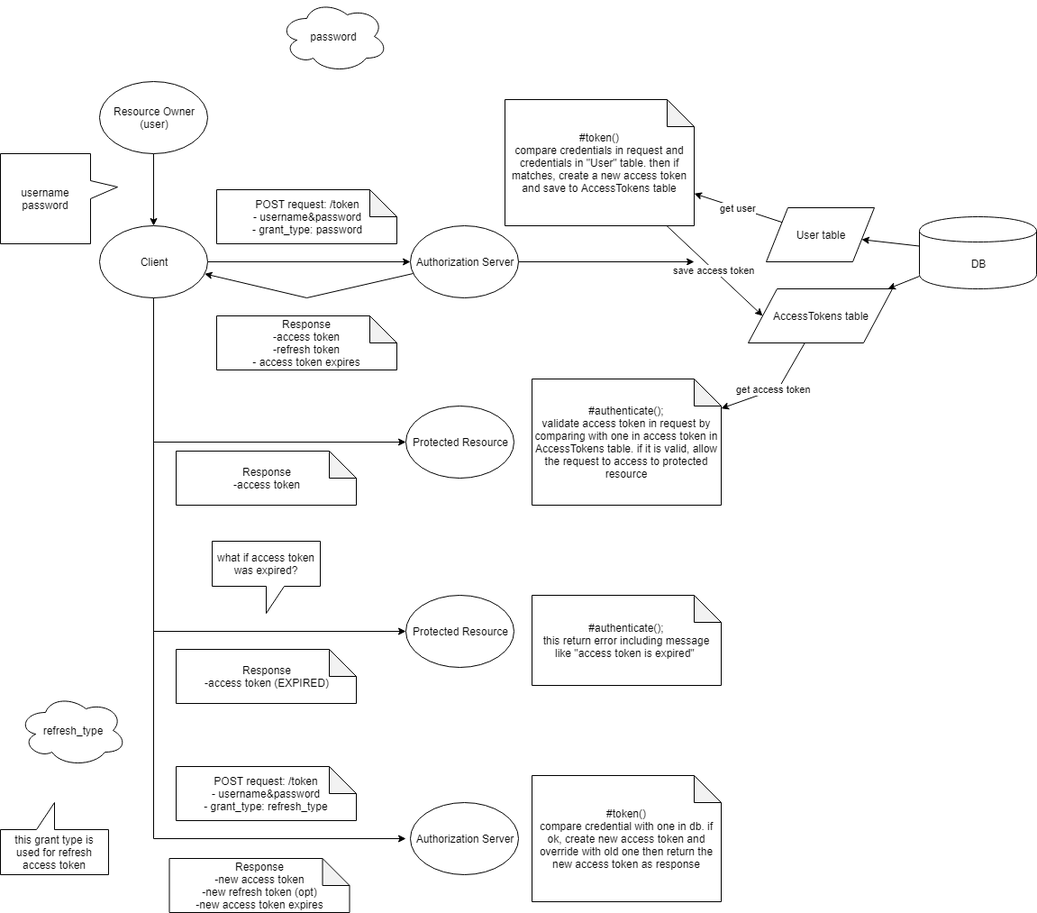
stsiwo/OAuth_protocol_concept keeps this draw.io diagram as password_and_refresh_grant_type_flow.png. Above is the earlier version. Source tidied: cells renumbered, new cells last; positions are measured from the earlier drawing's top-left corner, leaving out a move shared by most shapes.
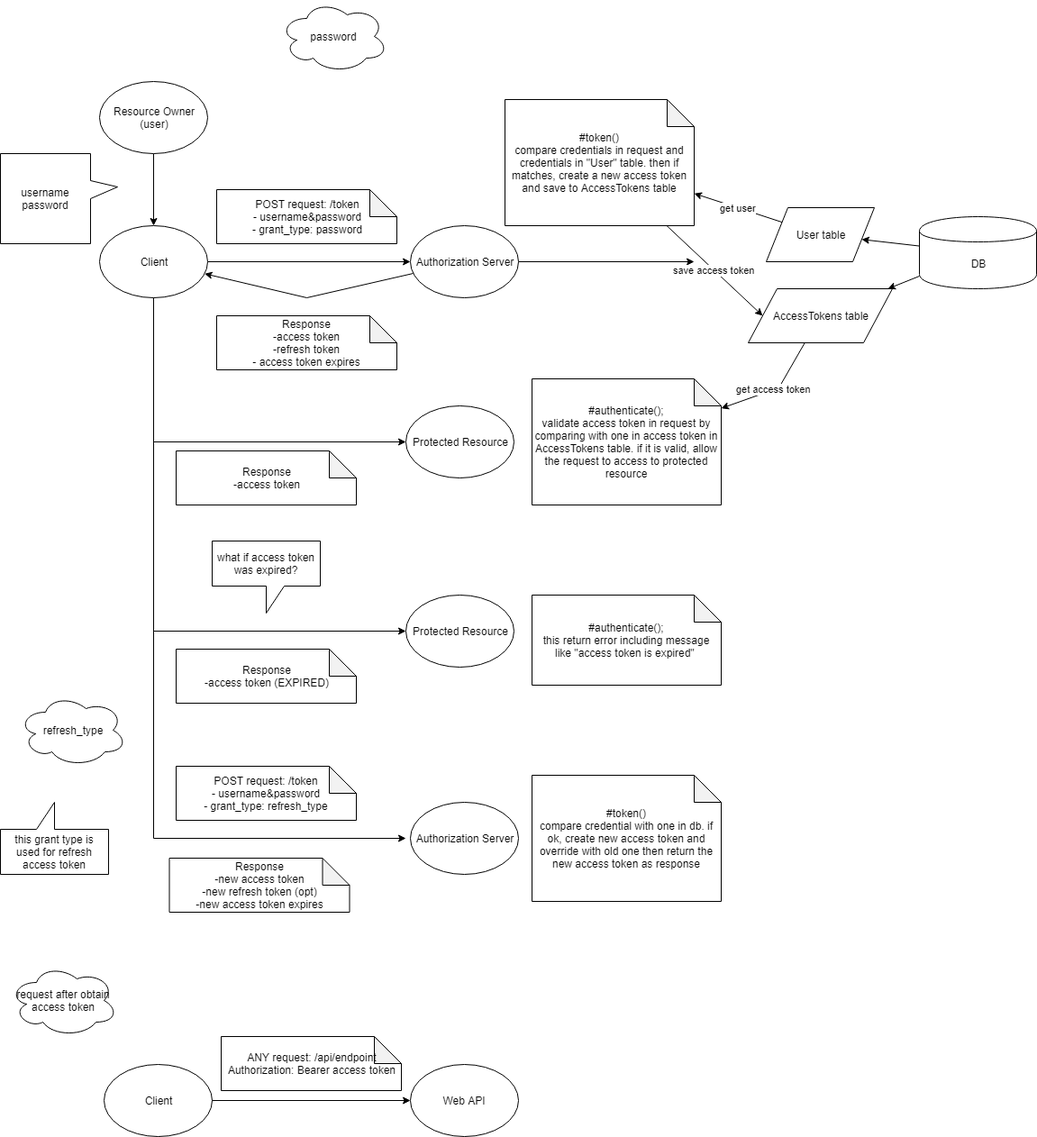
Later version of the same file.

Change to the diagram source:
```diff
@@ -133,5 +133,20 @@
     <mxCell id="37" value="Response&lt;br&gt;-new access token&lt;br&gt;-new refresh token (opt)&lt;br&gt;-new access token expires&lt;br&gt;" style="shape=note;whiteSpace=wrap;html=1;backgroundOutline=1;darkOpacity=0.05;" parent="1" vertex="1">
       <mxGeometry x="187.5" y="952" width="200" height="60" as="geometry" />
     </mxCell>
+    <mxCell id="38" value="request after obtain access token" style="ellipse;shape=cloud;whiteSpace=wrap;html=1;" parent="1" vertex="1">
+      <mxGeometry x="10" y="1070" width="120" height="80" as="geometry" />
+    </mxCell>
+    <mxCell id="39" style="edgeStyle=orthogonalEdgeStyle;rounded=0;html=1;jettySize=auto;" parent="1" edge="1" source="40" target="41">
+      <mxGeometry relative="1" as="geometry" />
+    </mxCell>
+    <mxCell id="40" value="Client" style="ellipse;whiteSpace=wrap;html=1;" parent="1" vertex="1">
+      <mxGeometry x="115" y="1181" width="120" height="80" as="geometry" />
+    </mxCell>
+    <mxCell id="41" value="Web API" style="ellipse;whiteSpace=wrap;html=1;" parent="1" vertex="1">
+      <mxGeometry x="455" y="1181" width="120" height="80" as="geometry" />
+    </mxCell>
+    <mxCell id="42" value="ANY request: /api/endpoint&lt;br&gt;Authorization: Bearer access token&lt;br&gt;" style="shape=note;whiteSpace=wrap;html=1;backgroundOutline=1;darkOpacity=0.05;" parent="1" vertex="1">
+      <mxGeometry x="245" y="1150" width="200" height="60" as="geometry" />
+    </mxCell>
   </root>
 </mxGraphModel>
```
